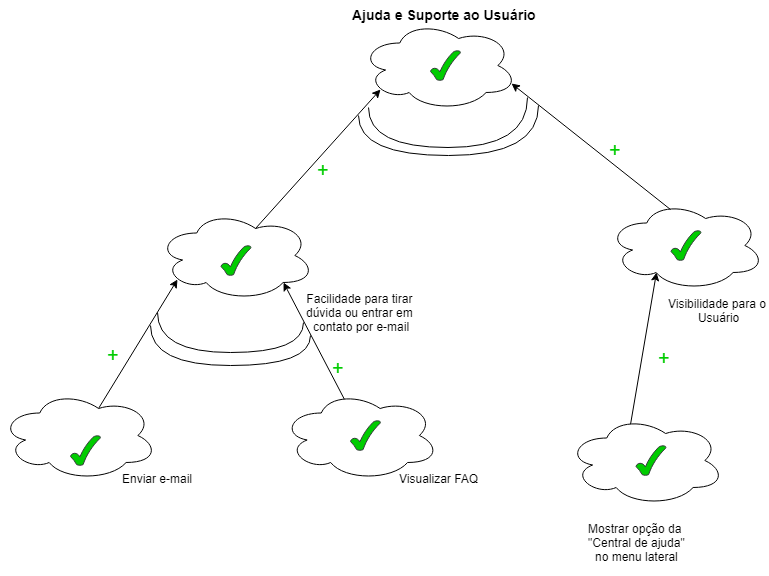
Before: NRF_Istar/ajuda_v2.png, a diagram exported from draw.io (Andre-Eduardo/2019.1-Requisitos-Moovit). Source tidied: cells renumbered, new cells last; positions are measured from the earlier drawing's top-left corner, leaving out a move shared by most shapes.
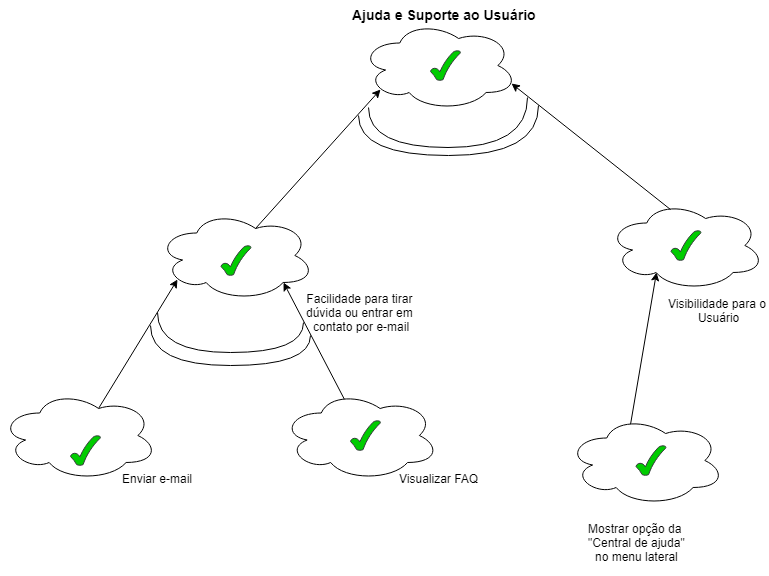
Later version of the same file.

Change to the diagram source:
```diff
@@ -96,15 +96,6 @@
     <mxCell id="23" style="verticalLabelPosition=bottom;verticalAlign=top;html=1;shape=mxgraph.basic.tick;fillColor=#00CC00;strokeColor=#36393d;" parent="1" vertex="1">
       <mxGeometry x="635.5" y="445" width="30" height="30" as="geometry" />
     </mxCell>
-    <mxCell id="24" value="&lt;div style=&quot;text-align: center&quot;&gt;&lt;span style=&quot;font-size: 20px&quot;&gt;&lt;font color=&quot;#00cc00&quot;&gt;+&lt;/font&gt;&lt;/span&gt;&lt;/div&gt;" style="text;html=1;align=left;verticalAlign=top;spacingTop=-4;" parent="1" vertex="1">
-      <mxGeometry x="655.5" y="342.5" width="30" height="20" as="geometry" />
-    </mxCell>
-    <mxCell id="25" value="&lt;div style=&quot;text-align: center&quot;&gt;&lt;span style=&quot;font-size: 20px&quot;&gt;&lt;font color=&quot;#00cc00&quot;&gt;+&lt;/font&gt;&lt;/span&gt;&lt;/div&gt;" style="text;html=1;align=left;verticalAlign=top;spacingTop=-4;" parent="1" vertex="1">
-      <mxGeometry x="330" y="352.5" width="30" height="20" as="geometry" />
-    </mxCell>
-    <mxCell id="26" value="&lt;div style=&quot;text-align: center&quot;&gt;&lt;span style=&quot;font-size: 20px&quot;&gt;&lt;font color=&quot;#00cc00&quot;&gt;+&lt;/font&gt;&lt;/span&gt;&lt;/div&gt;" style="text;html=1;align=left;verticalAlign=top;spacingTop=-4;" parent="1" vertex="1">
-      <mxGeometry x="105" y="340" width="30" height="20" as="geometry" />
-    </mxCell>
     <mxCell id="27" style="verticalLabelPosition=bottom;verticalAlign=top;html=1;shape=mxgraph.basic.tick;fillColor=#00CC00;strokeColor=#36393d;" parent="1" vertex="1">
       <mxGeometry x="350" y="420" width="30" height="30" as="geometry" />
     </mxCell>
@@ -120,11 +111,5 @@
     <mxCell id="31" style="verticalLabelPosition=bottom;verticalAlign=top;html=1;shape=mxgraph.basic.tick;fillColor=#00CC00;strokeColor=#36393d;" parent="1" vertex="1">
       <mxGeometry x="430" y="50" width="30" height="30" as="geometry" />
     </mxCell>
-    <mxCell id="32" value="&lt;div style=&quot;text-align: center&quot;&gt;&lt;span style=&quot;font-size: 20px&quot;&gt;&lt;font color=&quot;#00cc00&quot;&gt;+&lt;/font&gt;&lt;/span&gt;&lt;/div&gt;" style="text;html=1;align=left;verticalAlign=top;spacingTop=-4;" parent="1" vertex="1">
-      <mxGeometry x="315" y="155" width="30" height="20" as="geometry" />
-    </mxCell>
-    <mxCell id="33" value="&lt;div style=&quot;text-align: center&quot;&gt;&lt;span style=&quot;font-size: 20px&quot;&gt;&lt;font color=&quot;#00cc00&quot;&gt;+&lt;/font&gt;&lt;/span&gt;&lt;/div&gt;" style="text;html=1;align=left;verticalAlign=top;spacingTop=-4;" parent="1" vertex="1">
-      <mxGeometry x="607" y="135" width="30" height="20" as="geometry" />
-    </mxCell>
   </root>
 </mxGraphModel>
```
